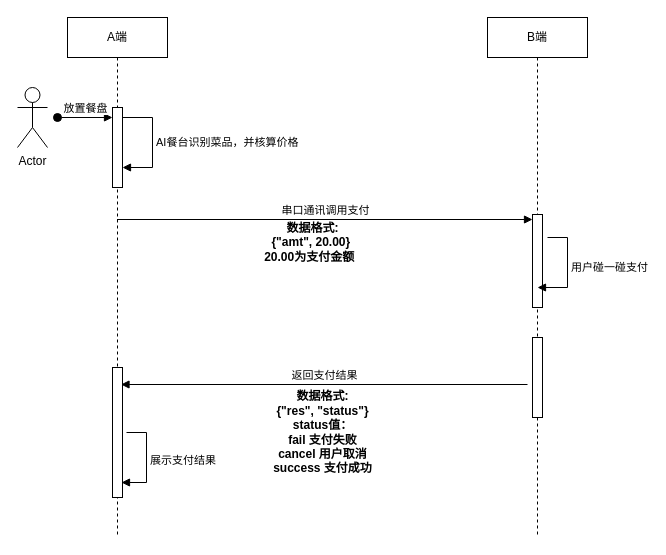
Before: images/未命名绘图.drawio in aiquantong/aiquantong.github.io, a draw.io diagram. Source tidied: cells renumbered, new cells numbered last; positions are measured from the earlier drawing's top-left corner, leaving out a move shared by most shapes. Both pictures are drawn from the tidied source at 100%, with x=0, y=0 at pixel (17, 17).
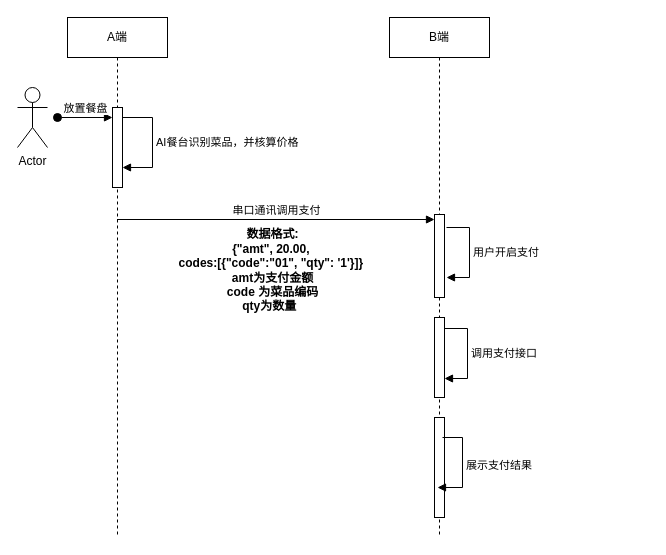
The same diagram, later.

Commit message:
更新未命名绘图.drawio

The change refers to these unchanged cells:
```xml
<mxCell id="2" value="A端" style="shape=umlLifeline;perimeter=lifelinePerimeter;whiteSpace=wrap;html=1;outlineConnect=0;portConstraint=eastwest;newEdgeStyle={&quot;curved&quot;:0,&quot;rounded&quot;:0};" parent="1" vertex="1">
  <mxGeometry x="50" width="100" height="520" as="geometry" />
</mxCell>
```

Diff of the diagram source:
```diff
@@
-    <mxCell id="5" style="html=1;perimeter=orthogonalPerimeter;targetShapes=umlLifeline;newEdgeStyle={&quot;curved&quot;:0,&quot;rounded&quot;:0};" parent="2" vertex="1">
-      <mxGeometry x="45" y="350" width="10" height="130" as="geometry" />
-    </mxCell>
     <mxCell id="6" value="B端" style="shape=umlLifeline;perimeter=lifelinePerimeter;whiteSpace=wrap;html=1;newEdgeStyle={&quot;curved&quot;:0,&quot;rounded&quot;:0};" parent="1" vertex="1">
-      <mxGeometry x="470" width="100" height="520" as="geometry" />
+      <mxGeometry x="372" width="100" height="520" as="geometry" />
     </mxCell>
     <mxCell id="7" style="html=1;points=[[0,0,0,0,5],[0,1,0,0,-5],[1,0,0,0,5],[1,1,0,0,-5]];perimeter=orthogonalPerimeter;outlineConnect=0;targetShapes=umlLifeline;portConstraint=eastwest;newEdgeStyle={&quot;curved&quot;:0,&quot;rounded&quot;:0};" parent="6" vertex="1">
-      <mxGeometry x="45" y="197" width="10" height="93" as="geometry" />
+      <mxGeometry x="45" y="197" width="10" height="83" as="geometry" />
     </mxCell>
     <mxCell id="8" style="html=1;perimeter=orthogonalPerimeter;targetShapes=umlLifeline;newEdgeStyle={&quot;curved&quot;:0,&quot;rounded&quot;:0};" parent="6" vertex="1">
-      <mxGeometry x="45" y="320" width="10" height="80" as="geometry" />
+      <mxGeometry x="45" y="300" width="10" height="80" as="geometry" />
     </mxCell>
+    <mxCell id="5" style="html=1;perimeter=orthogonalPerimeter;targetShapes=umlLifeline;newEdgeStyle={&quot;curved&quot;:0,&quot;rounded&quot;:0};" parent="6" vertex="1">
+      <mxGeometry x="45" y="400" width="10" height="100" as="geometry" />
+    </mxCell>
@@
-    <mxCell id="12" value="&lt;div&gt;数据格式:&lt;/div&gt;&lt;div&gt;{&quot;amt&quot;, 20.00}&amp;nbsp;&lt;/div&gt;&lt;div&gt;20.00为支付金额&amp;nbsp;&amp;nbsp;&lt;/div&gt;" style="text;align=center;fontStyle=1;verticalAlign=middle;spacingLeft=3;spacingRight=3;strokeColor=none;html=1;" parent="1" vertex="1">
-      <mxGeometry x="200" y="200" width="190" height="50" as="geometry" />
+    <mxCell id="12" value="&lt;div&gt;数据格式:&lt;/div&gt;&lt;div&gt;{&quot;amt&quot;, 20.00,&amp;nbsp;&lt;/div&gt;&lt;div&gt;codes:[{&quot;code&quot;:&quot;01&quot;, &quot;qty&quot;: '1'}]}&amp;nbsp;&lt;/div&gt;&lt;div&gt;&lt;span style=&quot;background-color: transparent; color: light-dark(rgb(0, 0, 0), rgb(255, 255, 255));&quot;&gt;amt&lt;/span&gt;为支付金额&lt;/div&gt;&lt;div&gt;code 为菜品编码&lt;br&gt;qty为数量&amp;nbsp;&amp;nbsp;&lt;/div&gt;" style="text;align=center;fontStyle=1;verticalAlign=middle;spacingLeft=3;spacingRight=3;strokeColor=none;html=1;" parent="1" vertex="1">
+      <mxGeometry x="160" y="208" width="190" height="90" as="geometry" />
     </mxCell>
     <mxCell id="13" value="展示支付结果" style="html=1;align=left;spacingLeft=2;endArrow=block;rounded=0;edgeStyle=orthogonalEdgeStyle;curved=0;rounded=0;" parent="1" edge="1">
       <mxGeometry relative="1" as="geometry">
-        <mxPoint x="109" y="415" as="sourcePoint" />
-        <mxPoint x="104" y="465" as="targetPoint" />
+        <mxPoint x="425" y="420" as="sourcePoint" />
+        <mxPoint x="420" y="470" as="targetPoint" />
         <Array as="points">
-          <mxPoint x="129" y="415" />
-          <mxPoint x="129" y="465" />
+          <mxPoint x="445" y="420" />
+          <mxPoint x="445" y="470" />
         </Array>
       </mxGeometry>
     </mxCell>
-    <mxCell id="14" value="用户碰一碰支付" style="html=1;align=left;spacingLeft=2;endArrow=block;rounded=0;edgeStyle=orthogonalEdgeStyle;curved=0;rounded=0;" parent="1" edge="1">
+    <mxCell id="14" value="用户开启支付" style="html=1;align=left;spacingLeft=2;endArrow=block;rounded=0;edgeStyle=orthogonalEdgeStyle;curved=0;rounded=0;" parent="1" edge="1">
       <mxGeometry relative="1" as="geometry">
-        <mxPoint x="530" y="220" as="sourcePoint" />
-        <mxPoint x="520" y="270" as="targetPoint" />
+        <mxPoint x="429" y="210" as="sourcePoint" />
+        <mxPoint x="429" y="260" as="targetPoint" />
         <Array as="points">
-          <mxPoint x="550" y="220" />
-          <mxPoint x="550" y="270" />
+          <mxPoint x="452" y="210" />
+          <mxPoint x="452" y="260" />
         </Array>
       </mxGeometry>
     </mxCell>
-    <mxCell id="15" value="返回支付结果" style="html=1;verticalAlign=bottom;endArrow=block;curved=0;rounded=0;" parent="1" edge="1">
-      <mxGeometry relative="1" as="geometry">
-        <mxPoint x="510" y="367" as="sourcePoint" />
-        <mxPoint x="103.5" y="367" as="targetPoint" />
-      </mxGeometry>
-    </mxCell>
-    <mxCell id="16" value="&lt;div&gt;数据格式:&lt;/div&gt;&lt;div&gt;{&quot;res&quot;, &quot;status&quot;}&lt;/div&gt;&lt;div&gt;status值：&lt;/div&gt;&lt;div&gt;fail 支付失败&lt;/div&gt;&lt;div&gt;cancel 用户取消&lt;/div&gt;&lt;div&gt;success 支付成功&lt;/div&gt;" style="text;align=center;fontStyle=1;verticalAlign=middle;spacingLeft=3;spacingRight=3;strokeColor=none;html=1;" parent="1" vertex="1">
-      <mxGeometry x="210" y="370" width="190" height="90" as="geometry" />
-    </mxCell>
+    <mxCell id="17" value="调用支付接口" style="html=1;align=left;spacingLeft=2;endArrow=block;rounded=0;edgeStyle=orthogonalEdgeStyle;curved=0;rounded=0;" parent="1" edge="1">
+      <mxGeometry relative="1" as="geometry">
+        <mxPoint x="427" y="311" as="sourcePoint" />
+        <mxPoint x="427" y="361" as="targetPoint" />
+        <Array as="points">
+          <mxPoint x="450" y="311" />
+          <mxPoint x="450" y="361" />
+        </Array>
+      </mxGeometry>
+    </mxCell>
```
